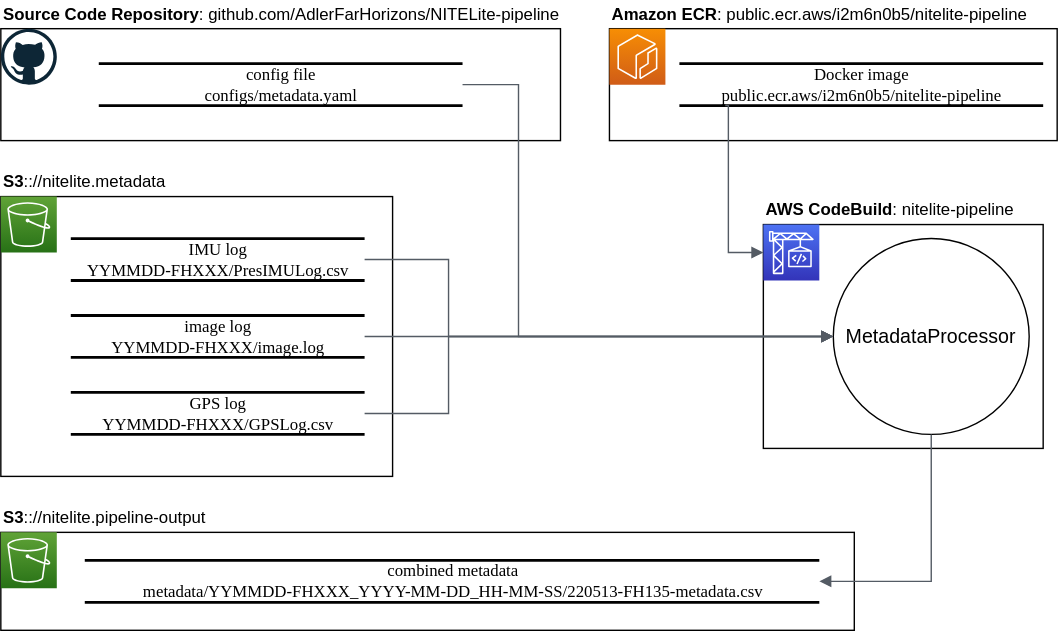
Above: docs/diagrams/DFD_metadata.svg in AdlerFarHorizons/night-horizons-mapmaker (draw.io), before the change. Source tidied: cells renumbered, new cells last; positions are measured from the earlier drawing's top-left corner, leaving out a move shared by most shapes. Its diagram source:
```xml
<mxGraphModel>
  <root>
    <mxCell id="0" />
    <mxCell id="1" parent="0" />
    <mxCell id="2" style="rounded=0;whiteSpace=wrap;html=1;" parent="1" vertex="1">
      <mxGeometry y="20" width="400" height="80" as="geometry" />
    </mxCell>
    <mxCell id="3" style="rounded=0;whiteSpace=wrap;html=1;" parent="1" vertex="1">
      <mxGeometry x="545" y="160" width="200" height="160" as="geometry" />
    </mxCell>
    <mxCell id="4" style="rounded=0;whiteSpace=wrap;html=1;" parent="1" vertex="1">
      <mxGeometry y="140" width="280" height="200" as="geometry" />
    </mxCell>
    <mxCell id="5" value="IMU log&lt;br&gt;YYMMDD-FHXXX/PresIMULog.csv" style="html=1;rounded=0;shadow=0;comic=0;labelBackgroundColor=none;strokeWidth=2;fontFamily=Verdana;fontSize=12;align=center;shape=mxgraph.ios7ui.horLines;" parent="1" vertex="1">
      <mxGeometry x="50" y="170" width="210" height="30" as="geometry" />
    </mxCell>
    <mxCell id="6" value="&lt;b&gt;S3&lt;/b&gt;:://nitelite.metadata" style="text;html=1;strokeColor=none;fillColor=none;align=left;verticalAlign=middle;whiteSpace=wrap;rounded=0;" parent="1" vertex="1">
      <mxGeometry y="120" width="170" height="20" as="geometry" />
    </mxCell>
    <mxCell id="7" value="image log&lt;br&gt;YYMMDD-FHXXX/image.log" style="html=1;rounded=0;shadow=0;comic=0;labelBackgroundColor=none;strokeWidth=2;fontFamily=Verdana;fontSize=12;align=center;shape=mxgraph.ios7ui.horLines;" parent="1" vertex="1">
      <mxGeometry x="50" y="225" width="210" height="30" as="geometry" />
    </mxCell>
    <mxCell id="8" value="GPS log&lt;br&gt;YYMMDD-FHXXX/GPSLog.csv" style="html=1;rounded=0;shadow=0;comic=0;labelBackgroundColor=none;strokeWidth=2;fontFamily=Verdana;fontSize=12;align=center;shape=mxgraph.ios7ui.horLines;" parent="1" vertex="1">
      <mxGeometry x="50" y="280" width="210" height="30" as="geometry" />
    </mxCell>
    <mxCell id="9" style="rounded=0;whiteSpace=wrap;html=1;" parent="1" vertex="1">
      <mxGeometry y="380" width="610" height="70" as="geometry" />
    </mxCell>
    <mxCell id="10" value="&lt;b&gt;S3&lt;/b&gt;:://nitelite.pipeline-output" style="text;html=1;strokeColor=none;fillColor=none;align=left;verticalAlign=middle;whiteSpace=wrap;rounded=0;" parent="1" vertex="1">
      <mxGeometry y="360" width="170" height="20" as="geometry" />
    </mxCell>
    <mxCell id="11" value="combined metadata&lt;br&gt;metadata/YYMMDD-FHXXX_YYYY-MM-DD_HH-MM-SS/220513-FH135-metadata.csv" style="html=1;rounded=0;shadow=0;comic=0;labelBackgroundColor=none;strokeWidth=2;fontFamily=Verdana;fontSize=12;align=center;shape=mxgraph.ios7ui.horLines;" parent="1" vertex="1">
      <mxGeometry x="60" y="400" width="525" height="30" as="geometry" />
    </mxCell>
    <mxCell id="12" style="rounded=0;whiteSpace=wrap;html=1;" parent="1" vertex="1">
      <mxGeometry x="435" y="20" width="320" height="80" as="geometry" />
    </mxCell>
    <mxCell id="13" style="edgeStyle=none;html=1;fontSize=14;" parent="1" edge="1" source="14" target="12">
      <mxGeometry relative="1" as="geometry" />
    </mxCell>
    <mxCell id="14" value="&lt;b&gt;Amazon ECR&lt;/b&gt;: public.ecr.aws/i2m6n0b5/nitelite-pipeline" style="text;html=1;strokeColor=none;fillColor=none;align=left;verticalAlign=middle;whiteSpace=wrap;rounded=0;" parent="1" vertex="1">
      <mxGeometry x="435" width="310" height="20" as="geometry" />
    </mxCell>
    <mxCell id="15" value="Docker image&lt;br&gt;public.ecr.aws/i2m6n0b5/nitelite-pipeline" style="html=1;rounded=0;shadow=0;comic=0;labelBackgroundColor=none;strokeWidth=2;fontFamily=Verdana;fontSize=12;align=center;shape=mxgraph.ios7ui.horLines;" parent="1" vertex="1">
      <mxGeometry x="485" y="45" width="260" height="30" as="geometry" />
    </mxCell>
    <mxCell id="16" style="sketch=0;fontColor=#232F3E;gradientColor=#F78E04;gradientDirection=north;fillColor=#D05C17;strokeColor=#ffffff;dashed=0;verticalLabelPosition=bottom;verticalAlign=top;align=center;html=1;fontSize=12;fontStyle=0;shape=mxgraph.aws4.resourceIcon;resIcon=mxgraph.aws4.ecr;" parent="1" vertex="1">
      <mxGeometry x="435" y="20" width="40" height="40" as="geometry" />
    </mxCell>
    <mxCell id="17" style="sketch=0;fontColor=#232F3E;gradientColor=#60A337;gradientDirection=north;fillColor=#277116;strokeColor=#ffffff;dashed=0;verticalLabelPosition=bottom;verticalAlign=top;align=center;html=1;fontSize=12;fontStyle=0;shape=mxgraph.aws4.resourceIcon;resIcon=mxgraph.aws4.s3;" parent="1" vertex="1">
      <mxGeometry y="140" width="40" height="40" as="geometry" />
    </mxCell>
    <mxCell id="18" style="sketch=0;fontColor=#232F3E;gradientColor=#60A337;gradientDirection=north;fillColor=#277116;strokeColor=#ffffff;dashed=0;verticalLabelPosition=bottom;verticalAlign=top;align=center;html=1;fontSize=12;fontStyle=0;shape=mxgraph.aws4.resourceIcon;resIcon=mxgraph.aws4.s3;" parent="1" vertex="1">
      <mxGeometry y="380" width="40" height="40" as="geometry" />
    </mxCell>
    <mxCell id="19" style="sketch=0;points=[[0,0,0],[0.25,0,0],[0.5,0,0],[0.75,0,0],[1,0,0],[0,1,0],[0.25,1,0],[0.5,1,0],[0.75,1,0],[1,1,0],[0,0.25,0],[0,0.5,0],[0,0.75,0],[1,0.25,0],[1,0.5,0],[1,0.75,0]];outlineConnect=0;fontColor=#232F3E;gradientColor=#4D72F3;gradientDirection=north;fillColor=#3334B9;strokeColor=#ffffff;dashed=0;verticalLabelPosition=bottom;verticalAlign=top;align=center;html=1;fontSize=12;fontStyle=0;shape=mxgraph.aws4.resourceIcon;resIcon=mxgraph.aws4.codebuild;" parent="1" vertex="1">
      <mxGeometry x="545" y="160" width="40" height="40" as="geometry" />
    </mxCell>
    <mxCell id="20" value="config file&lt;br&gt;configs/metadata.yaml" style="html=1;rounded=0;shadow=0;comic=0;labelBackgroundColor=none;strokeWidth=2;fontFamily=Verdana;fontSize=12;align=center;shape=mxgraph.ios7ui.horLines;" parent="1" vertex="1">
      <mxGeometry x="70" y="45" width="260" height="30" as="geometry" />
    </mxCell>
    <mxCell id="21" style="dashed=0;html=1;align=center;labelPosition=center;verticalLabelPosition=bottom;verticalAlign=top;shape=mxgraph.weblogos.github;fontSize=14;" parent="1" vertex="1">
      <mxGeometry y="20" width="40" height="40" as="geometry" />
    </mxCell>
    <mxCell id="22" value="&lt;b&gt;AWS CodeBuild&lt;/b&gt;: nitelite-pipeline" style="text;html=1;strokeColor=none;fillColor=none;align=left;verticalAlign=middle;whiteSpace=wrap;rounded=0;" parent="1" vertex="1">
      <mxGeometry x="545" y="140" width="190" height="20" as="geometry" />
    </mxCell>
    <mxCell id="23" value="&lt;b&gt;Source Code Repository&lt;/b&gt;: github.com/AdlerFarHorizons/NITELite-pipeline" style="text;html=1;strokeColor=none;fillColor=none;align=left;verticalAlign=middle;whiteSpace=wrap;rounded=0;" parent="1" vertex="1">
      <mxGeometry width="410" height="20" as="geometry" />
    </mxCell>
    <mxCell id="24" value="MetadataProcessor" style="ellipse;whiteSpace=wrap;html=1;fontSize=14;" parent="1" vertex="1">
      <mxGeometry x="595" y="170" width="140" height="140" as="geometry" />
    </mxCell>
    <mxCell id="25" style="edgeStyle=orthogonalEdgeStyle;html=1;endArrow=block;elbow=vertical;startArrow=none;endFill=1;strokeColor=#545B64;rounded=0;fontSize=14;exitX=0.126;exitY=1.001;exitDx=0;exitDy=0;exitPerimeter=0;entryX=0;entryY=0.5;entryDx=0;entryDy=0;entryPerimeter=0;" parent="1" edge="1" source="15" target="19">
      <mxGeometry relative="1" as="geometry">
        <Array as="points">
          <mxPoint x="520" y="75" />
          <mxPoint x="520" y="180" />
        </Array>
      </mxGeometry>
    </mxCell>
    <mxCell id="26" style="edgeStyle=orthogonalEdgeStyle;html=1;endArrow=block;elbow=vertical;startArrow=none;endFill=1;strokeColor=#545B64;rounded=0;fontSize=14;entryX=0;entryY=0.5;entryDx=0;entryDy=0;" parent="1" edge="1" source="20" target="24">
      <mxGeometry relative="1" as="geometry">
        <Array as="points">
          <mxPoint x="370" y="60" />
          <mxPoint x="370" y="240" />
        </Array>
      </mxGeometry>
    </mxCell>
    <mxCell id="27" style="edgeStyle=orthogonalEdgeStyle;html=1;endArrow=block;elbow=vertical;startArrow=none;endFill=1;strokeColor=#545B64;rounded=0;fontSize=14;entryX=0;entryY=0.5;entryDx=0;entryDy=0;" parent="1" edge="1" source="5" target="24">
      <mxGeometry relative="1" as="geometry">
        <Array as="points">
          <mxPoint x="320" y="185" />
          <mxPoint x="320" y="240" />
        </Array>
      </mxGeometry>
    </mxCell>
    <mxCell id="28" style="edgeStyle=orthogonalEdgeStyle;html=1;endArrow=block;elbow=vertical;startArrow=none;endFill=1;strokeColor=#545B64;rounded=0;fontSize=14;entryX=0;entryY=0.5;entryDx=0;entryDy=0;" parent="1" edge="1" source="7" target="24">
      <mxGeometry relative="1" as="geometry">
        <Array as="points">
          <mxPoint x="370" y="240" />
          <mxPoint x="370" y="240" />
        </Array>
      </mxGeometry>
    </mxCell>
    <mxCell id="29" style="edgeStyle=orthogonalEdgeStyle;html=1;endArrow=block;elbow=vertical;startArrow=none;endFill=1;strokeColor=#545B64;rounded=0;fontSize=14;entryX=0;entryY=0.5;entryDx=0;entryDy=0;" parent="1" edge="1" source="8" target="24">
      <mxGeometry relative="1" as="geometry">
        <Array as="points">
          <mxPoint x="320" y="295" />
          <mxPoint x="320" y="240" />
        </Array>
      </mxGeometry>
    </mxCell>
    <mxCell id="30" style="edgeStyle=orthogonalEdgeStyle;html=1;endArrow=none;elbow=vertical;startArrow=block;startFill=1;strokeColor=#545B64;rounded=0;fontSize=14;entryX=0.5;entryY=1;entryDx=0;entryDy=0;" parent="1" edge="1" source="11" target="24">
      <mxGeometry relative="1" as="geometry">
        <Array as="points">
          <mxPoint x="665" y="415" />
        </Array>
      </mxGeometry>
    </mxCell>
  </root>
</mxGraphModel>
```
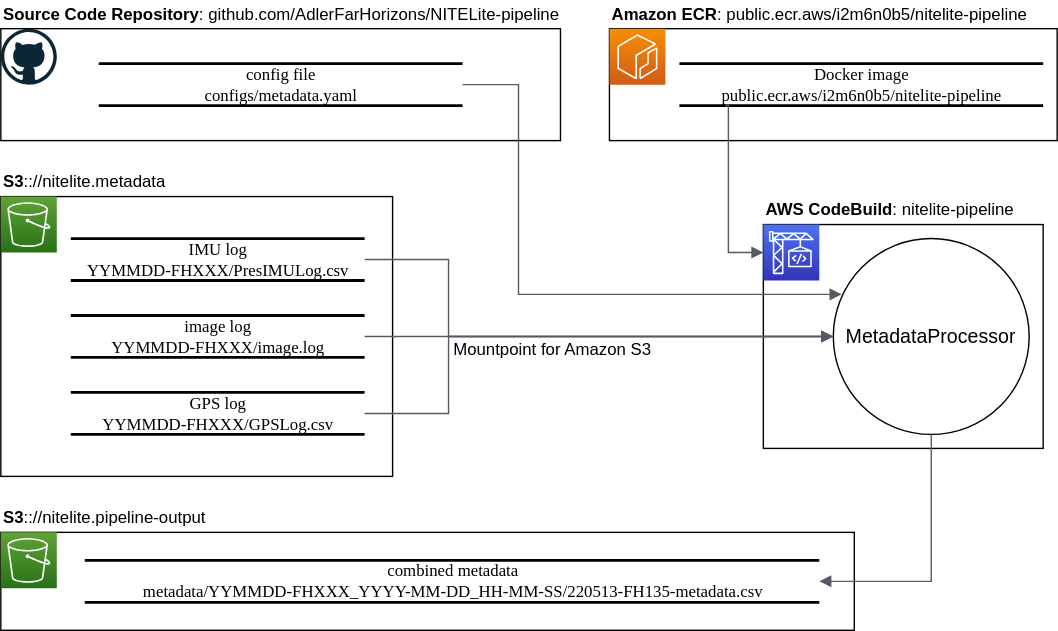
After the change.

Change to the diagram source:
```diff
@@ -79,11 +79,11 @@
         </Array>
       </mxGeometry>
     </mxCell>
-    <mxCell id="26" style="edgeStyle=orthogonalEdgeStyle;html=1;endArrow=block;elbow=vertical;startArrow=none;endFill=1;strokeColor=#545B64;rounded=0;fontSize=14;entryX=0;entryY=0.5;entryDx=0;entryDy=0;" parent="1" edge="1" source="20" target="24">
+    <mxCell id="26" style="edgeStyle=orthogonalEdgeStyle;html=1;endArrow=block;elbow=vertical;startArrow=none;endFill=1;strokeColor=#545B64;rounded=0;fontSize=14;entryX=0.042;entryY=0.285;entryDx=0;entryDy=0;entryPerimeter=0;" parent="1" edge="1" source="20" target="24">
       <mxGeometry relative="1" as="geometry">
         <Array as="points">
           <mxPoint x="370" y="60" />
-          <mxPoint x="370" y="240" />
+          <mxPoint x="370" y="210" />
         </Array>
       </mxGeometry>
     </mxCell>
@@ -118,5 +118,8 @@
         </Array>
       </mxGeometry>
     </mxCell>
+    <mxCell id="31" value="Mountpoint for Amazon S3" style="text;html=1;align=center;verticalAlign=middle;strokeColor=none;fillColor=none;" parent="1" vertex="1">
+      <mxGeometry x="314" y="235" width="160" height="30" as="geometry" />
+    </mxCell>
   </root>
 </mxGraphModel>
```
